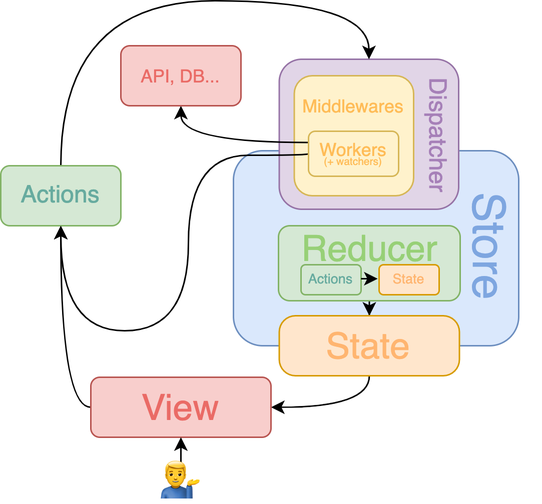
Before: docs/overview.png, a diagram exported from draw.io (nk2IsHere/meowchannel). Source tidied: cells renumbered, new cells last; positions are measured from the earlier drawing's top-left corner, leaving out a move shared by most shapes.
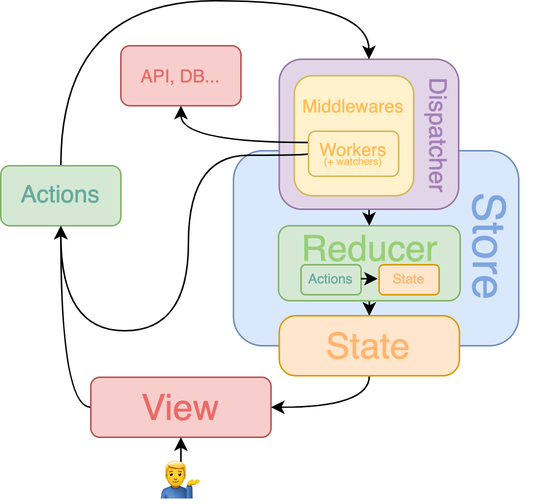
Above is the later version.

Commit message:
Fixed dispatch being Update diagram

Change to the diagram source:
```diff
@@ -21,6 +21,9 @@
     <mxCell id="6" style="rounded=1;whiteSpace=wrap;html=1;strokeColor=#d79b00;fillColor=#ffe6cc;arcSize=27;" parent="1" vertex="1">
       <mxGeometry x="185.5" y="210" width="120" height="40" as="geometry" />
     </mxCell>
+    <mxCell id="34" style="edgeStyle=orthogonalEdgeStyle;curved=1;rounded=0;jettySize=auto;html=1;exitX=0.5;exitY=1;exitDx=0;exitDy=0;entryX=0.5;entryY=0;entryDx=0;entryDy=0;fontColor=#7EA6E0;" parent="1" edge="1" source="7" target="4">
+      <mxGeometry relative="1" as="geometry" />
+    </mxCell>
     <mxCell id="7" style="rounded=1;whiteSpace=wrap;html=1;strokeColor=#9673a6;fillColor=#e1d5e7;" parent="1" vertex="1">
       <mxGeometry x="185.5" y="39" width="119.5" height="100" as="geometry" />
     </mxCell>
```
